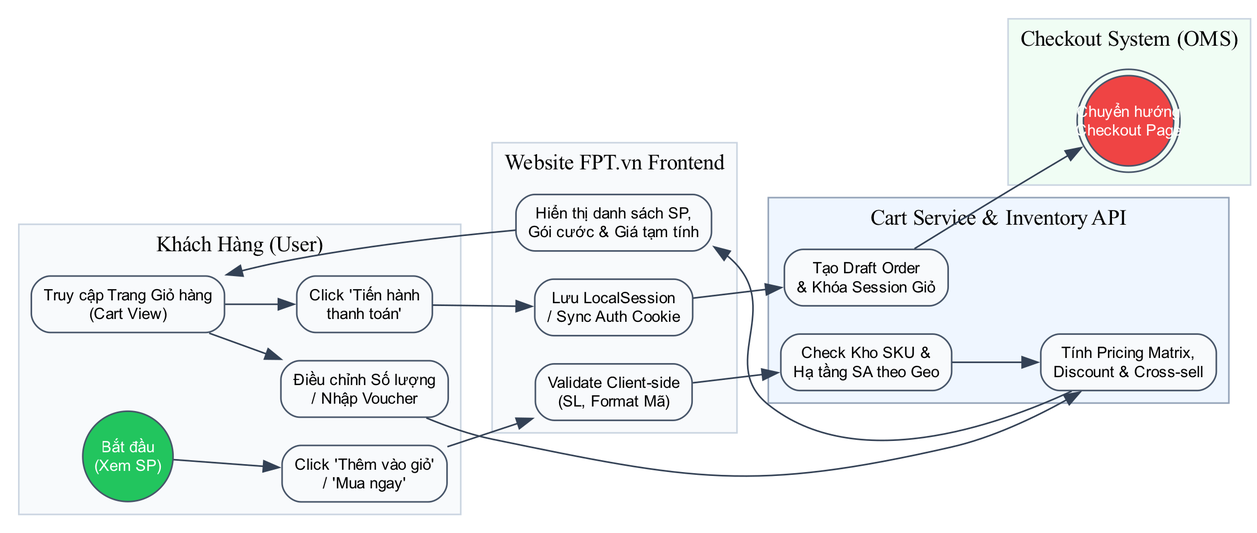
hathuy2706-BA/FPT keeps this Graphviz diagram as diagrams/bpmn_cart_overview.png. Above is the earlier version. Its source is kept beside it as diagrams/bpmn_cart_overview.dot.
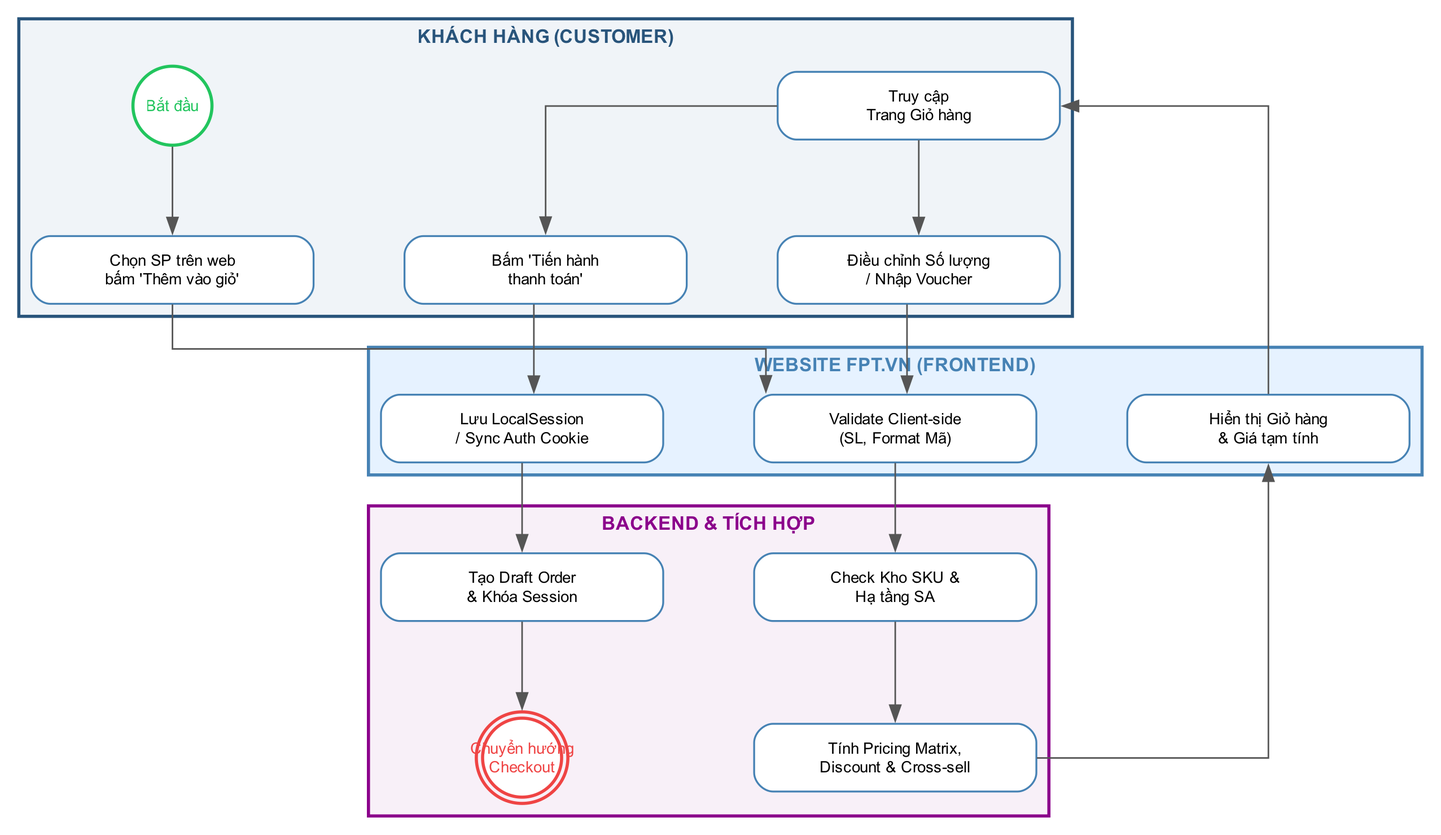
After the change.

Change to the diagram source:
```diff
@@ -1,48 +1,46 @@
 digraph G {
-    rankdir=LR; bgcolor="white";
-    node [fontname="Arial", fontsize=10, shape=box, style="filled,rounded", fillcolor="#F8FAFC", color="#475569", linewidth=1.5];
-    edge [fontname="Arial", fontsize=9, color="#334155", fontcolor="#0F172A"];
 
-    subgraph cluster_client {
-        label="Khách Hàng (User)"; style=filled; color="#CBD5E1"; fillcolor="#F8FAFC";
-        start [label="Bắt đầu
-(Xem SP)", shape=circle, fillcolor="#22C55E", fontcolor="white", width=0.8, fixedsize=true];
-        add_to_cart [label="Click 'Thêm vào giỏ'
-/ 'Mua ngay'"];
-        view_cart [label="Truy cập Trang Giỏ hàng
-(Cart View)"];
-        update_qty [label="Điều chỉnh Số lượng
-/ Nhập Voucher"];
-        click_checkout [label="Click 'Tiến hành
-thanh toán'"];
+    rankdir=TB;
+    splines=ortho;
+    nodesep=0.8;
+    ranksep=0.8;
+    node [fontname="Arial", fontsize=10, shape=box, style="rounded,filled", fillcolor="white", color="#4682B4", penwidth=1.2, width=2.5, height=0.6];
+    edge [fontname="Arial", fontsize=9, color="#555555", penwidth=1.0];
+
+
+    subgraph cluster_customer {
+        label="KHÁCH HÀNG (CUSTOMER)";
+        style=filled; color="#28547B"; fillcolor="#F0F4F8"; penwidth=2;
+        fontcolor="#28547B"; fontsize=12; fontname="Arial bold"; labelloc="t"; labeljust="c";
+
+        start [label="Bắt đầu", shape=circle, style="filled", fillcolor="white", color="#22C55E", fontcolor="#22C55E", penwidth=2, width=0.7, fixedsize=true];
+        add_to_cart [label="Chọn SP trên web\nbấm 'Thêm vào giỏ'"];
+        view_cart [label="Truy cập\nTrang Giỏ hàng"];
+        update_qty [label="Điều chỉnh Số lượng\n/ Nhập Voucher"];
+        click_checkout [label="Bấm 'Tiến hành\nthanh toán'"];
     }
 
     subgraph cluster_fe {
-        label="Website FPT.vn Frontend"; style=filled; color="#CBD5E1"; fillcolor="#F8FAFC";
-        render_cart [label="Hiển thị danh sách SP,
-Gói cước & Giá tạm tính"];
-        validate_input [label="Validate Client-side
-(SL, Format Mã)"];
-        store_session [label="Lưu LocalSession
-/ Sync Auth Cookie"];
+        label="WEBSITE FPT.VN (FRONTEND)";
+        style=filled; color="#4682B4"; fillcolor="#E6F2FF"; penwidth=2;
+        fontcolor="#4682B4"; fontsize=12; fontname="Arial bold"; labelloc="t"; labeljust="c";
+
+        render_cart [label="Hiển thị Giỏ hàng\n& Giá tạm tính"];
+        validate_input [label="Validate Client-side\n(SL, Format Mã)"];
+        store_session [label="Lưu LocalSession\n/ Sync Auth Cookie"];
     }
 
     subgraph cluster_be {
-        label="Cart Service & Inventory API"; style=filled; color="#94A3B8"; fillcolor="#EFF6FF";
-        check_inv [label="Check Kho SKU &
-Hạ tầng SA theo Geo"];
-        calc_price [label="Tính Pricing Matrix,
-Discount & Cross-sell"];
-        lock_cart [label="Tạo Draft Order
-& Khóa Session Giỏ"];
+        label="BACKEND & TÍCH HỢP";
+        style=filled; color="#8B008B"; fillcolor="#F8F0F8"; penwidth=2;
+        fontcolor="#8B008B"; fontsize=12; fontname="Arial bold"; labelloc="t"; labeljust="c";
+
+        check_inv [label="Check Kho SKU &\nHạ tầng SA"];
+        calc_price [label="Tính Pricing Matrix,\nDiscount & Cross-sell"];
+        lock_cart [label="Tạo Draft Order\n& Khóa Session"];
+        end [label="Chuyển hướng\nCheckout", shape=doublecircle, style="filled", fillcolor="white", color="#EF4444", fontcolor="#EF4444", penwidth=2, width=0.7, fixedsize=true];
     }
 
-    subgraph cluster_oms {
-        label="Checkout System (OMS)"; style=filled; color="#CBD5E1"; fillcolor="#F0FDF4";
-        end [label="Chuyển hướng
-Checkout Page", shape=doublecircle, fillcolor="#EF4444", fontcolor="white", width=0.8, fixedsize=true];
-    }
-
-    start -> add_to_cart -> validate_input -> check_inv -> calc_price -> render_cart -> view_cart -> update_qty -> calc_price;
+    start -> add_to_cart -> validate_input -> check_inv -> calc_price -> render_cart -> view_cart -> update_qty -> validate_input;
     view_cart -> click_checkout -> store_session -> lock_cart -> end;
 }
```
